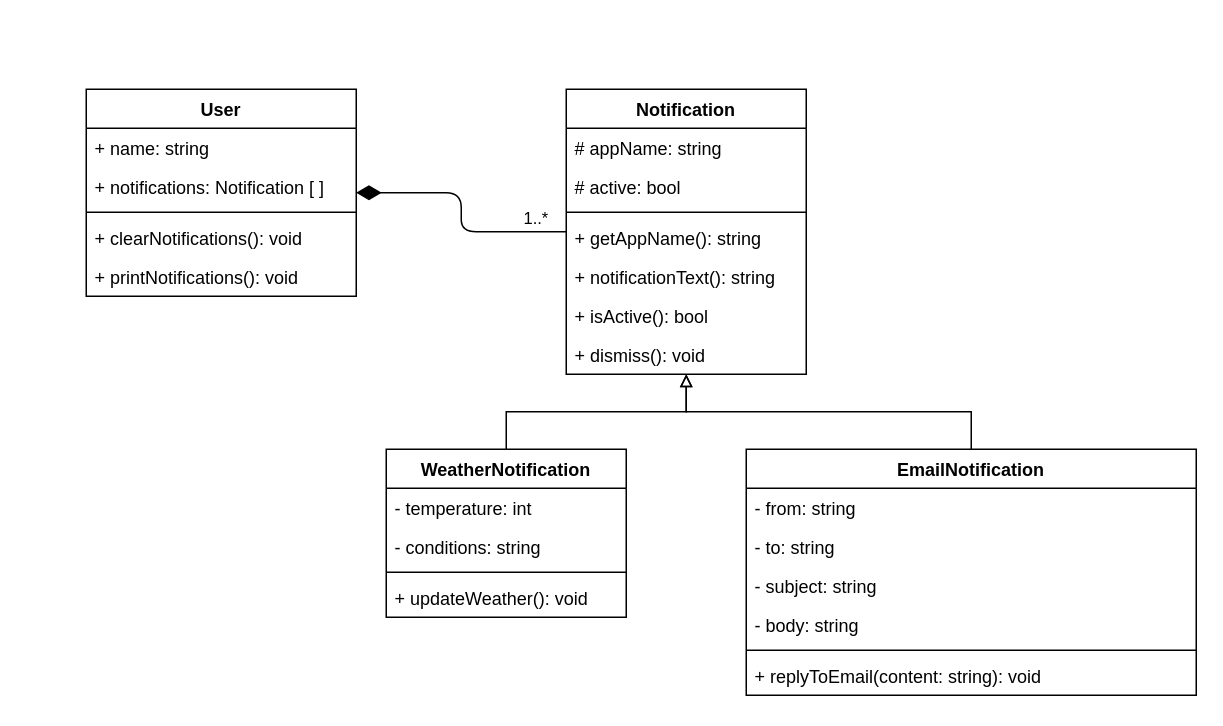
This is data-structures/uml/uml-diagrams.drawio from err53/ICS4U0-work, a draw.io file, before an edit. Source tidied: cells renumbered, new cells numbered last; positions are measured from the earlier drawing's top-left corner, leaving out a move shared by most shapes. Both pictures are drawn from the tidied source at 150%, with x=0, y=0 at pixel (86, 88).
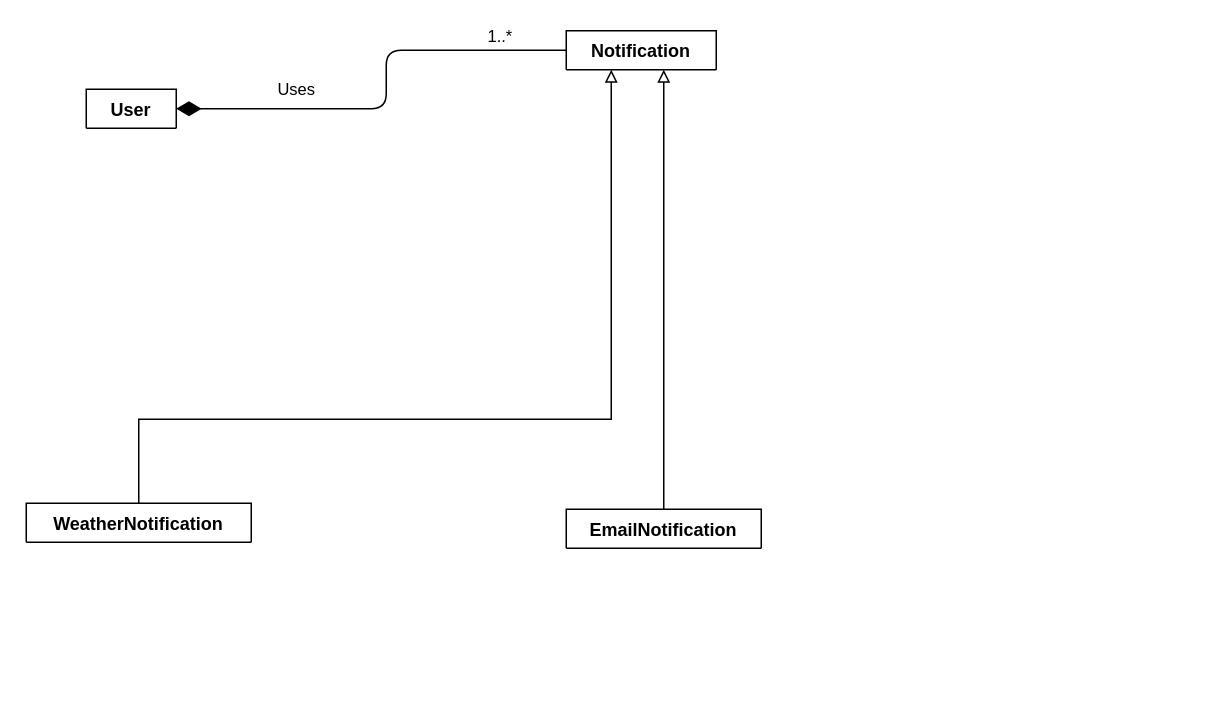
After the change.

Commit message (it also covers changes not shown here):
doc: update uml diagrams

What changed in the source:
```diff
@@
-    <mxCell id="2" value="User" style="swimlane;fontStyle=1;align=center;verticalAlign=top;horizontal=1;startSize=26;" parent="1" vertex="1">
-      <mxGeometry width="180" height="138" as="geometry" />
+    <mxCell id="2" value="User" style="swimlane;fontStyle=1;align=center;verticalAlign=top;horizontal=1;startSize=26;" parent="1" vertex="1" collapsed="1">
+      <mxGeometry width="60" height="26" as="geometry" />
     </mxCell>
-    <mxCell id="3" value="+ name: string" style="text;strokeColor=none;fillColor=none;align=left;verticalAlign=top;spacingLeft=4;spacingRight=4;overflow=hidden;" parent="2" vertex="1">
-      <mxGeometry y="26" width="180" height="26" as="geometry" />
-    </mxCell>
-    <mxCell id="4" value="+ notifications: Notification [ ]" style="text;strokeColor=none;fillColor=none;align=left;verticalAlign=top;spacingLeft=4;spacingRight=4;overflow=hidden;" parent="2" vertex="1">
-      <mxGeometry y="52" width="180" height="26" as="geometry" />
-    </mxCell>
-    <mxCell id="5" style="line;strokeWidth=1;fillColor=none;align=left;verticalAlign=middle;spacingTop=-1;spacingLeft=3;spacingRight=3;labelPosition=right;" parent="2" vertex="1">
-      <mxGeometry y="78" width="180" height="8" as="geometry" />
-    </mxCell>
-    <mxCell id="6" value="+ clearNotifications(): void" style="text;strokeColor=none;fillColor=none;align=left;verticalAlign=top;spacingLeft=4;spacingRight=4;overflow=hidden;" parent="2" vertex="1">
-      <mxGeometry y="86" width="180" height="26" as="geometry" />
-    </mxCell>
-    <mxCell id="7" value="+ printNotifications(): void" style="text;strokeColor=none;fillColor=none;align=left;verticalAlign=top;spacingLeft=4;spacingRight=4;overflow=hidden;" parent="2" vertex="1">
-      <mxGeometry y="112" width="180" height="26" as="geometry" />
-    </mxCell>
-    <mxCell id="8" value="Notification" style="swimlane;fontStyle=1;align=center;verticalAlign=top;horizontal=1;startSize=26;" parent="1" vertex="1">
-      <mxGeometry x="320" width="160" height="190" as="geometry" />
+    <mxCell id="8" value="Notification" style="swimlane;fontStyle=1;align=center;verticalAlign=top;horizontal=1;startSize=26;" parent="1" vertex="1" collapsed="1">
+      <mxGeometry x="320" y="-39" width="100" height="26" as="geometry" />
     </mxCell>
-    <mxCell id="9" value="# appName: string" style="text;strokeColor=none;fillColor=none;align=left;verticalAlign=top;spacingLeft=4;spacingRight=4;overflow=hidden;" parent="8" vertex="1">
-      <mxGeometry y="26" width="160" height="26" as="geometry" />
-    </mxCell>
-    <mxCell id="10" value="# active: bool" style="text;strokeColor=none;fillColor=none;align=left;verticalAlign=top;spacingLeft=4;spacingRight=4;overflow=hidden;" parent="8" vertex="1">
-      <mxGeometry y="52" width="160" height="26" as="geometry" />
-    </mxCell>
-    <mxCell id="11" style="line;strokeWidth=1;fillColor=none;align=left;verticalAlign=middle;spacingTop=-1;spacingLeft=3;spacingRight=3;labelPosition=right;" parent="8" vertex="1">
-      <mxGeometry y="78" width="160" height="8" as="geometry" />
-    </mxCell>
-    <mxCell id="12" value="+ getAppName(): string" style="text;strokeColor=none;fillColor=none;align=left;verticalAlign=top;spacingLeft=4;spacingRight=4;overflow=hidden;" parent="8" vertex="1">
-      <mxGeometry y="86" width="160" height="26" as="geometry" />
-    </mxCell>
-    <mxCell id="13" value="+ notificationText(): string" style="text;strokeColor=none;fillColor=none;align=left;verticalAlign=top;spacingLeft=4;spacingRight=4;overflow=hidden;" parent="8" vertex="1">
-      <mxGeometry y="112" width="160" height="26" as="geometry" />
-    </mxCell>
-    <mxCell id="14" value="+ isActive(): bool" style="text;strokeColor=none;fillColor=none;align=left;verticalAlign=top;spacingLeft=4;spacingRight=4;overflow=hidden;" parent="8" vertex="1">
-      <mxGeometry y="138" width="160" height="26" as="geometry" />
-    </mxCell>
-    <mxCell id="15" value="+ dismiss(): void" style="text;strokeColor=none;fillColor=none;align=left;verticalAlign=top;spacingLeft=4;spacingRight=4;overflow=hidden;" parent="8" vertex="1">
-      <mxGeometry y="164" width="160" height="26" as="geometry" />
-    </mxCell>
     <mxCell id="16" style="edgeStyle=orthogonalEdgeStyle;rounded=0;jettySize=auto;html=1;endArrow=block;endFill=0;" parent="1" edge="1" source="17" target="8">
-      <mxGeometry relative="1" as="geometry" />
+      <mxGeometry relative="1" as="geometry">
+        <Array as="points">
+          <mxPoint x="35" y="220" />
+          <mxPoint x="350" y="220" />
+        </Array>
+      </mxGeometry>
     </mxCell>
-    <mxCell id="17" value="WeatherNotification" style="swimlane;fontStyle=1;align=center;verticalAlign=top;horizontal=1;startSize=26;" parent="1" vertex="1">
-      <mxGeometry x="200" y="240" width="160" height="112" as="geometry" />
+    <mxCell id="17" value="WeatherNotification" style="swimlane;fontStyle=1;align=center;verticalAlign=top;horizontal=1;startSize=26;" parent="1" vertex="1" collapsed="1">
+      <mxGeometry x="-40" y="276" width="150" height="26" as="geometry" />
     </mxCell>
-    <mxCell id="18" value="- temperature: int" style="text;strokeColor=none;fillColor=none;align=left;verticalAlign=top;spacingLeft=4;spacingRight=4;overflow=hidden;" parent="17" vertex="1">
-      <mxGeometry y="26" width="160" height="26" as="geometry" />
-    </mxCell>
-    <mxCell id="19" value="- conditions: string" style="text;strokeColor=none;fillColor=none;align=left;verticalAlign=top;spacingLeft=4;spacingRight=4;overflow=hidden;" parent="17" vertex="1">
-      <mxGeometry y="52" width="160" height="26" as="geometry" />
-    </mxCell>
-    <mxCell id="20" style="line;strokeWidth=1;fillColor=none;align=left;verticalAlign=middle;spacingTop=-1;spacingLeft=3;spacingRight=3;labelPosition=right;" parent="17" vertex="1">
-      <mxGeometry y="78" width="160" height="8" as="geometry" />
-    </mxCell>
-    <mxCell id="21" value="+ updateWeather(): void" style="text;strokeColor=none;fillColor=none;align=left;verticalAlign=top;spacingLeft=4;spacingRight=4;overflow=hidden;" parent="17" vertex="1">
-      <mxGeometry y="86" width="160" height="26" as="geometry" />
-    </mxCell>
     <mxCell id="22" style="edgeStyle=orthogonalEdgeStyle;rounded=0;jettySize=auto;html=1;endArrow=block;endFill=0;" parent="1" edge="1" source="23" target="8">
-      <mxGeometry relative="1" as="geometry" />
+      <mxGeometry relative="1" as="geometry">
+        <Array as="points">
+          <mxPoint x="385" y="240" />
+          <mxPoint x="385" y="240" />
+        </Array>
+      </mxGeometry>
     </mxCell>
-    <mxCell id="23" value="EmailNotification" style="swimlane;fontStyle=1;align=center;verticalAlign=top;horizontal=1;startSize=26;" parent="1" vertex="1">
-      <mxGeometry x="440" y="240" width="300" height="164" as="geometry" />
+    <mxCell id="23" value="EmailNotification" style="swimlane;fontStyle=1;align=center;verticalAlign=top;horizontal=1;startSize=26;" parent="1" vertex="1" collapsed="1">
+      <mxGeometry x="320" y="280" width="130" height="26" as="geometry" />
     </mxCell>
-    <mxCell id="24" value="- from: string" style="text;strokeColor=none;fillColor=none;align=left;verticalAlign=top;spacingLeft=4;spacingRight=4;overflow=hidden;" parent="23" vertex="1">
-      <mxGeometry y="26" width="300" height="26" as="geometry" />
-    </mxCell>
-    <mxCell id="25" value="- to: string" style="text;strokeColor=none;fillColor=none;align=left;verticalAlign=top;spacingLeft=4;spacingRight=4;overflow=hidden;" parent="23" vertex="1">
-      <mxGeometry y="52" width="300" height="26" as="geometry" />
-    </mxCell>
-    <mxCell id="26" value="- subject: string" style="text;strokeColor=none;fillColor=none;align=left;verticalAlign=top;spacingLeft=4;spacingRight=4;overflow=hidden;" parent="23" vertex="1">
-      <mxGeometry y="78" width="300" height="26" as="geometry" />
-    </mxCell>
-    <mxCell id="27" value="- body: string" style="text;strokeColor=none;fillColor=none;align=left;verticalAlign=top;spacingLeft=4;spacingRight=4;overflow=hidden;" parent="23" vertex="1">
-      <mxGeometry y="104" width="300" height="26" as="geometry" />
-    </mxCell>
-    <mxCell id="28" style="line;strokeWidth=1;fillColor=none;align=left;verticalAlign=middle;spacingTop=-1;spacingLeft=3;spacingRight=3;labelPosition=right;" parent="23" vertex="1">
-      <mxGeometry y="130" width="300" height="8" as="geometry" />
-    </mxCell>
-    <mxCell id="29" value="+ replyToEmail(content: string): void" style="text;strokeColor=none;fillColor=none;align=left;verticalAlign=top;spacingLeft=4;spacingRight=4;overflow=hidden;" parent="23" vertex="1">
-      <mxGeometry y="138" width="300" height="26" as="geometry" />
-    </mxCell>
     <mxCell id="30" value="1..*" style="endArrow=none;html=1;endSize=12;startArrow=diamondThin;startSize=14;startFill=1;edgeStyle=orthogonalEdgeStyle;align=left;verticalAlign=bottom;endFill=0;" parent="1" edge="1" source="2" target="8">
-      <mxGeometry x="0.64" relative="1" as="geometry" />
+      <mxGeometry x="0.64" relative="1" as="geometry">
+        <Array as="points">
+          <mxPoint x="200" y="13" />
+          <mxPoint x="200" y="-26" />
+        </Array>
+      </mxGeometry>
     </mxCell>
+    <mxCell id="31" value="Uses" style="edgeLabel;html=1;align=center;verticalAlign=middle;" parent="30" vertex="1">
+      <mxGeometry x="-0.24" y="2" relative="1" as="geometry">
+        <mxPoint x="-34.1" y="-11.1" as="offset" />
+      </mxGeometry>
+    </mxCell>
```
